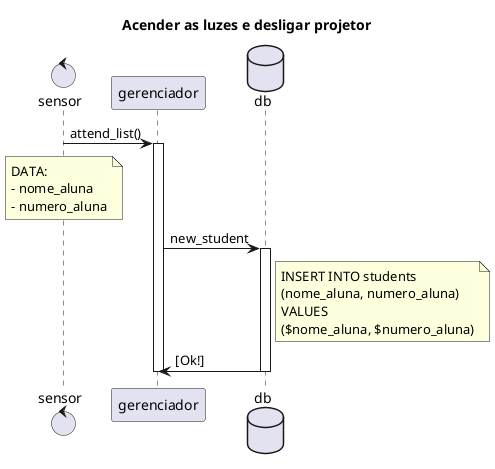
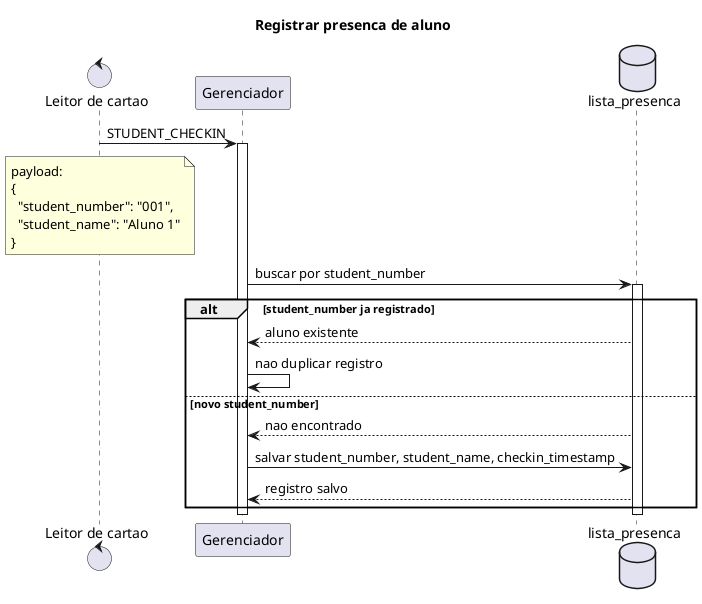
@startuml

- title Acender as luzes e desligar projetor
+ title Registrar presenca de aluno

- control sensor
- participant gerenciador
- database db
+ control "Leitor de cartao" as card_reader
+ participant "Gerenciador" as manager
+ database "lista_presenca" as attendance_list

- sensor -> gerenciador : attend_list()
- activate gerenciador
- note over sensor
-   DATA:
-   - nome_aluna
-   - numero_aluna
+ card_reader -> manager : STUDENT_CHECKIN
+ activate manager
+ note over card_reader
+   payload:
+   {
+     "student_number": "001",
+     "student_name": "Aluno 1"
+   }
end note

- gerenciador -> db : new_student
- activate db
- note right of db
-   INSERT INTO students
-   (nome_aluna, numero_aluna)
-   VALUES
-   ($nome_aluna, $numero_aluna)
- end note
+ manager -> attendance_list : buscar por student_number
+ activate attendance_list

- gerenciador <- db : [Ok!]
- deactivate db
- deactivate gerenciador
+ alt student_number ja registrado
+   attendance_list --> manager : aluno existente
+   manager -> manager : nao duplicar registro
+ else novo student_number
+   attendance_list --> manager : nao encontrado
+   manager -> attendance_list : salvar student_number, student_name, checkin_timestamp
+   attendance_list --> manager : registro salvo
+ end

- @enduml+ deactivate attendance_list
+ deactivate manager
+ 
+ @enduml
